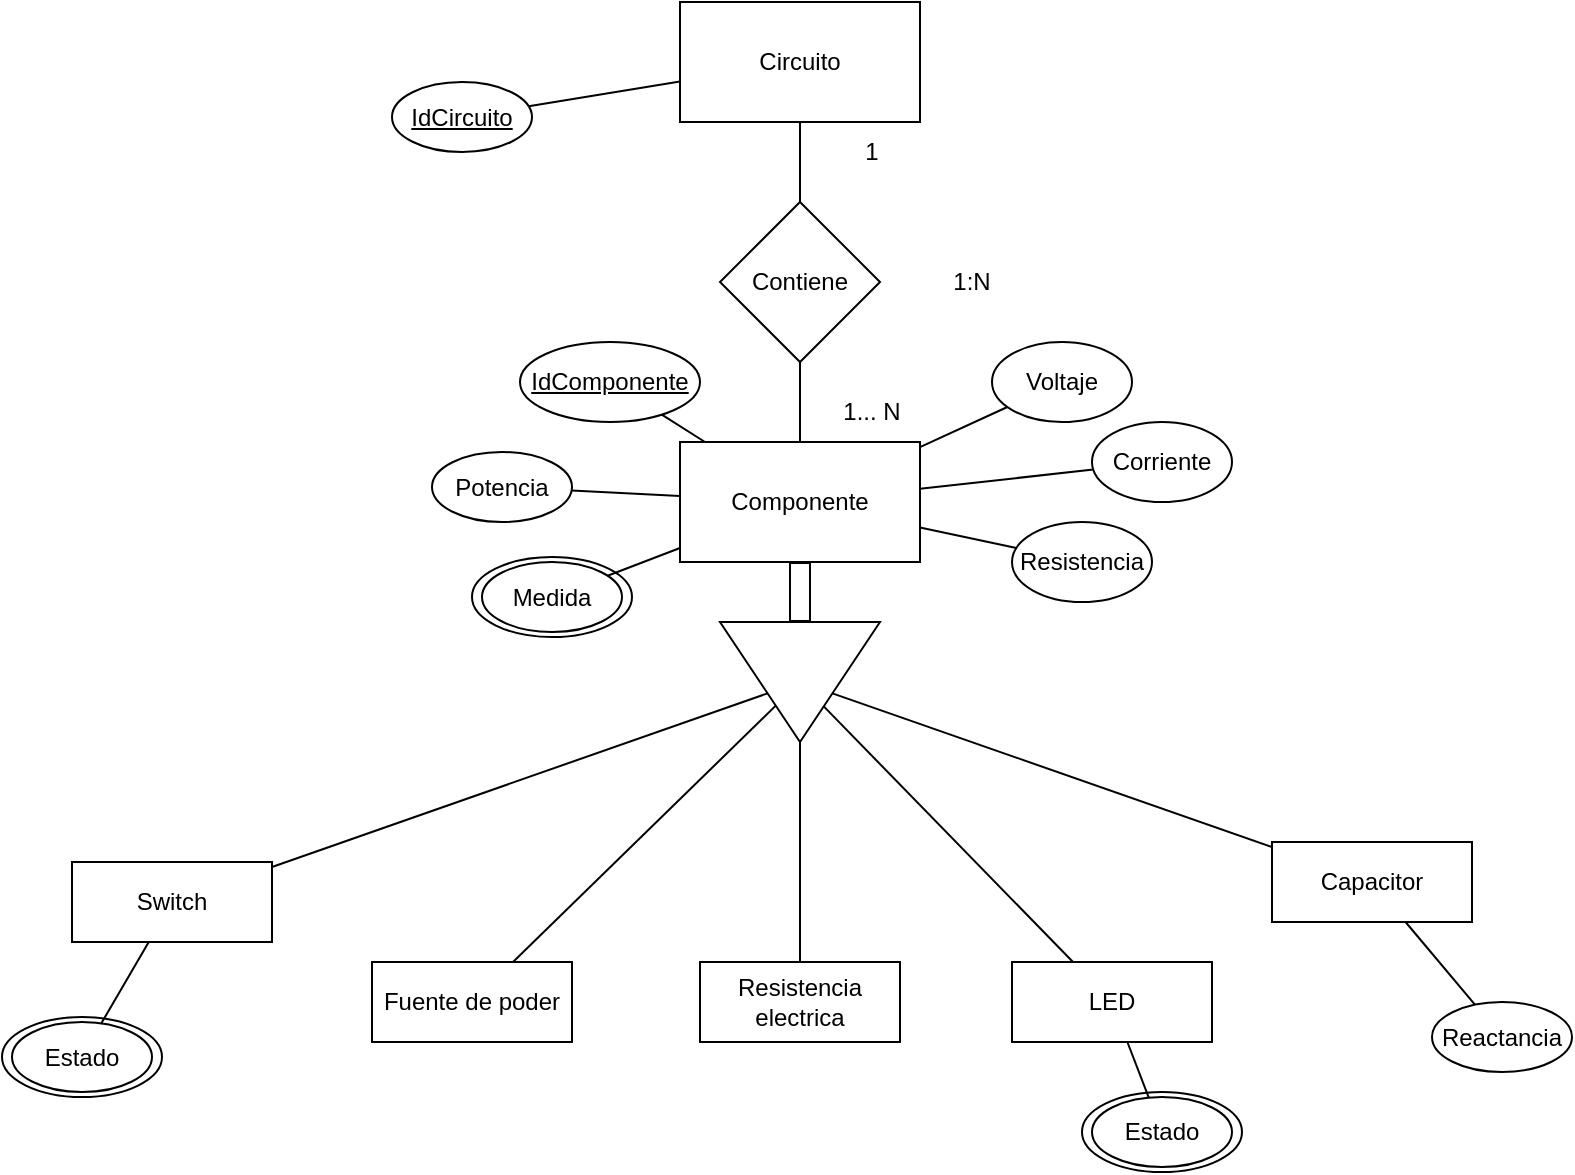
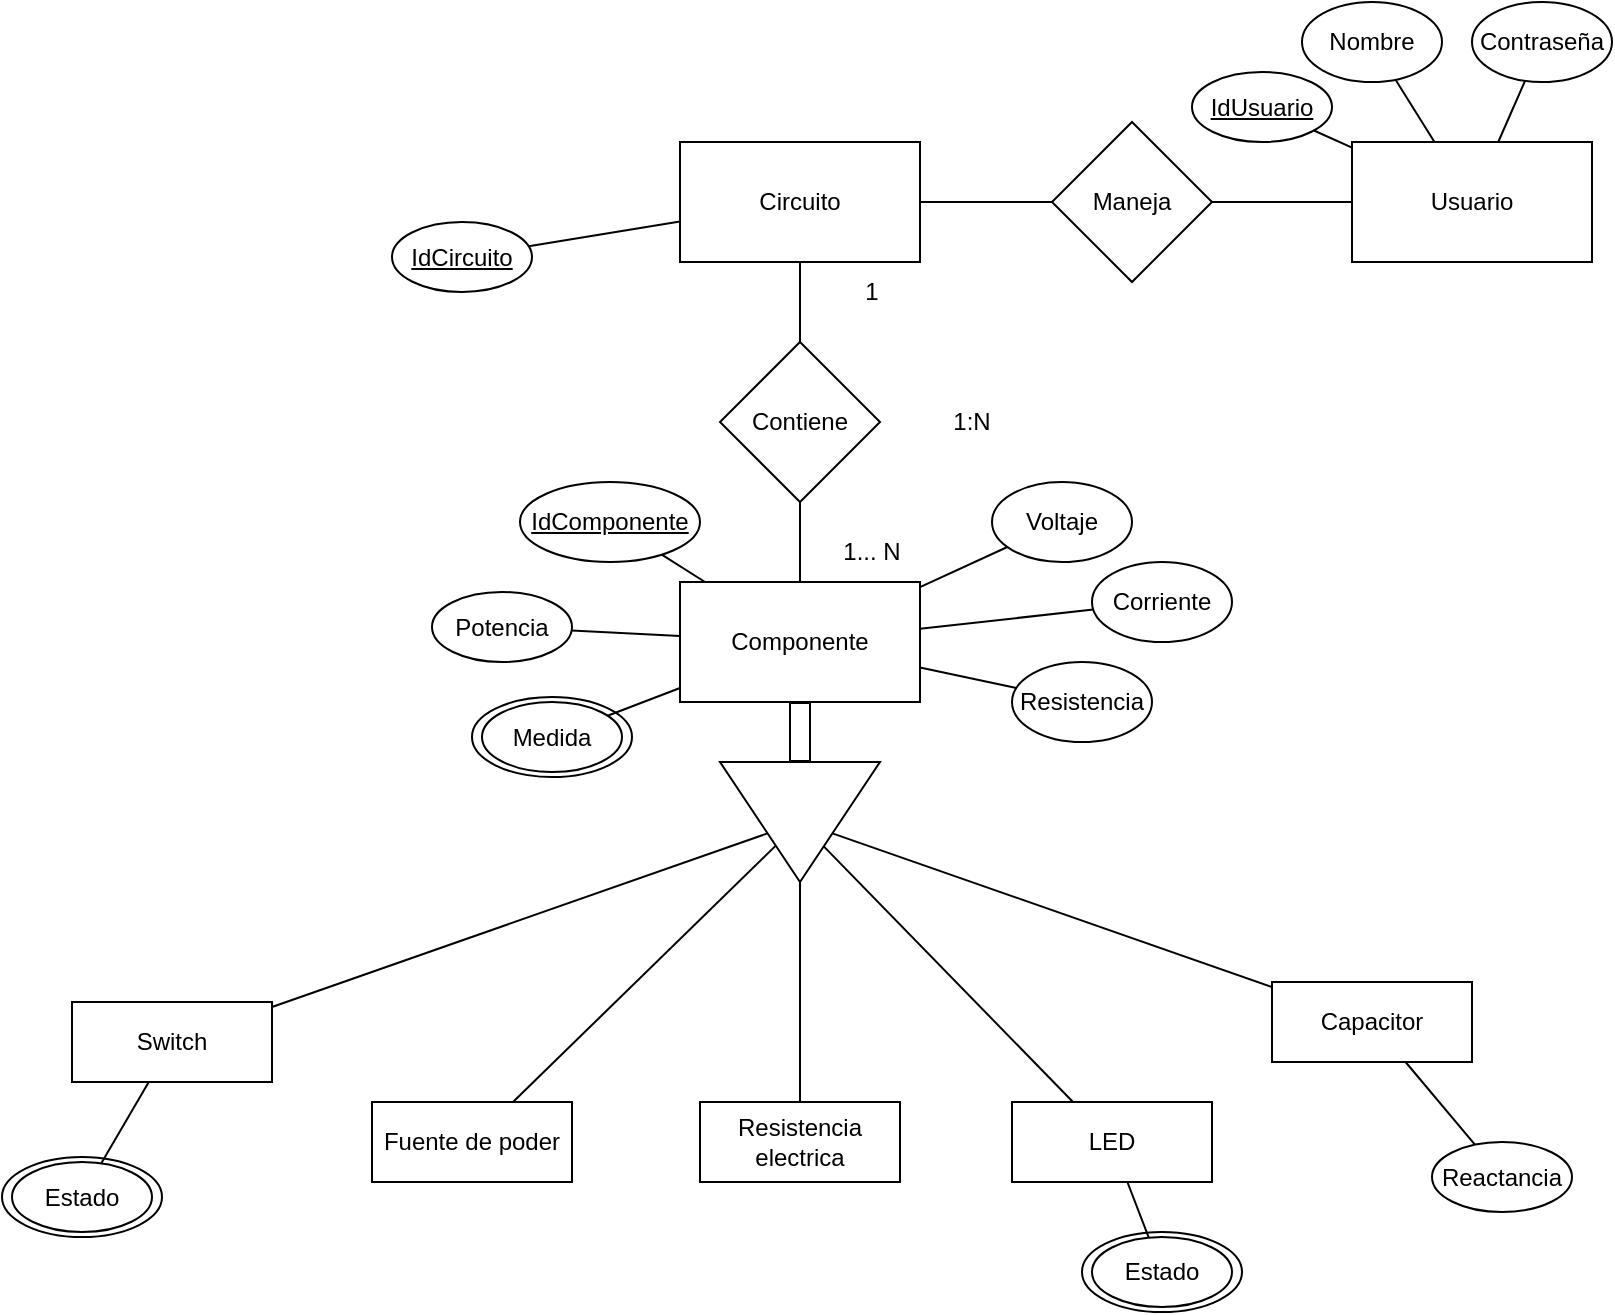
<mxfile host="app.diagrams.net">
  <diagram name="Página-1" id="iLRiqhyfPtyIZIkWEHdb">
-     <mxGraphModel dx="1030" dy="596" grid="1" gridSize="10" guides="1" tooltips="1" connect="1" arrows="1" fold="1" page="1" pageScale="1" pageWidth="827" pageHeight="1169" math="0" shadow="0">
+     <mxGraphModel dx="1212" dy="1870" grid="1" gridSize="10" guides="1" tooltips="1" connect="1" arrows="1" fold="1" page="1" pageScale="1" pageWidth="827" pageHeight="1169" math="0" shadow="0">
      <root>
        <mxCell id="0" />
        <mxCell id="1" parent="0" />
        <mxCell id="mA_T_AMoG6GQEJjMySiZ-33" parent="1" style="ellipse;whiteSpace=wrap;html=1;" value="" vertex="1">
          <mxGeometry height="40" width="80" x="15" y="517.5" as="geometry" />
        </mxCell>
        <mxCell id="mA_T_AMoG6GQEJjMySiZ-19" parent="1" style="ellipse;whiteSpace=wrap;html=1;" value="" vertex="1">
          <mxGeometry height="40" width="80" x="250" y="287.5" as="geometry" />
        </mxCell>
        <mxCell id="mA_T_AMoG6GQEJjMySiZ-1" parent="1" style="rounded=0;whiteSpace=wrap;html=1;" value="Circuito" vertex="1">
          <mxGeometry height="60" width="120" x="354" y="10" as="geometry" />
        </mxCell>
        <mxCell id="mA_T_AMoG6GQEJjMySiZ-2" parent="1" style="rounded=0;whiteSpace=wrap;html=1;" value="Componente" vertex="1">
          <mxGeometry height="60" width="120" x="354" y="230" as="geometry" />
        </mxCell>
        <mxCell id="mA_T_AMoG6GQEJjMySiZ-3" parent="1" style="rhombus;whiteSpace=wrap;html=1;" value="Contiene" vertex="1">
          <mxGeometry height="80" width="80" x="374" y="110" as="geometry" />
        </mxCell>
        <mxCell id="mA_T_AMoG6GQEJjMySiZ-4" edge="1" parent="1" source="mA_T_AMoG6GQEJjMySiZ-3" style="endArrow=none;html=1;rounded=0;" target="mA_T_AMoG6GQEJjMySiZ-1" value="">
          <mxGeometry height="50" relative="1" width="50" as="geometry">
            <mxPoint x="390" y="340" as="sourcePoint" />
            <mxPoint x="440" y="290" as="targetPoint" />
          </mxGeometry>
        </mxCell>
        <mxCell id="mA_T_AMoG6GQEJjMySiZ-5" edge="1" parent="1" source="mA_T_AMoG6GQEJjMySiZ-2" style="endArrow=none;html=1;rounded=0;" target="mA_T_AMoG6GQEJjMySiZ-3" value="">
          <mxGeometry height="50" relative="1" width="50" as="geometry">
            <mxPoint x="390" y="340" as="sourcePoint" />
            <mxPoint x="440" y="290" as="targetPoint" />
          </mxGeometry>
        </mxCell>
        <mxCell id="mA_T_AMoG6GQEJjMySiZ-6" parent="1" style="text;html=1;whiteSpace=wrap;strokeColor=none;fillColor=none;align=center;verticalAlign=middle;rounded=0;" value="1" vertex="1">
          <mxGeometry height="30" width="60" x="420" y="70" as="geometry" />
        </mxCell>
        <mxCell id="mA_T_AMoG6GQEJjMySiZ-7" parent="1" style="text;html=1;whiteSpace=wrap;strokeColor=none;fillColor=none;align=center;verticalAlign=middle;rounded=0;" value="1... N" vertex="1">
          <mxGeometry height="30" width="60" x="420" y="200" as="geometry" />
        </mxCell>
        <mxCell id="mA_T_AMoG6GQEJjMySiZ-8" parent="1" style="text;html=1;whiteSpace=wrap;strokeColor=none;fillColor=none;align=center;verticalAlign=middle;rounded=0;" value="1:N" vertex="1">
          <mxGeometry height="30" width="60" x="470" y="135" as="geometry" />
        </mxCell>
        <mxCell id="mA_T_AMoG6GQEJjMySiZ-9" parent="1" style="ellipse;whiteSpace=wrap;html=1;" value="Voltaje" vertex="1">
          <mxGeometry height="40" width="70" x="510" y="180" as="geometry" />
        </mxCell>
        <mxCell id="mA_T_AMoG6GQEJjMySiZ-10" parent="1" style="ellipse;whiteSpace=wrap;html=1;" value="Corriente" vertex="1">
          <mxGeometry height="40" width="70" x="560" y="220" as="geometry" />
        </mxCell>
        <mxCell id="mA_T_AMoG6GQEJjMySiZ-11" parent="1" style="ellipse;whiteSpace=wrap;html=1;" value="Resistencia" vertex="1">
          <mxGeometry height="40" width="70" x="520" y="270" as="geometry" />
        </mxCell>
        <mxCell id="mA_T_AMoG6GQEJjMySiZ-12" parent="1" style="ellipse;whiteSpace=wrap;html=1;" value="Potencia" vertex="1">
          <mxGeometry height="35" width="70" x="230" y="235" as="geometry" />
        </mxCell>
        <mxCell id="mA_T_AMoG6GQEJjMySiZ-13" parent="1" style="ellipse;whiteSpace=wrap;html=1;" value="Medida" vertex="1">
          <mxGeometry height="35" width="70" x="255" y="290" as="geometry" />
        </mxCell>
        <mxCell id="mA_T_AMoG6GQEJjMySiZ-14" edge="1" parent="1" source="mA_T_AMoG6GQEJjMySiZ-2" style="endArrow=none;html=1;rounded=0;" target="mA_T_AMoG6GQEJjMySiZ-12" value="">
          <mxGeometry height="50" relative="1" width="50" as="geometry">
            <mxPoint x="390" y="340" as="sourcePoint" />
            <mxPoint x="440" y="290" as="targetPoint" />
          </mxGeometry>
        </mxCell>
        <mxCell id="mA_T_AMoG6GQEJjMySiZ-15" edge="1" parent="1" source="mA_T_AMoG6GQEJjMySiZ-13" style="endArrow=none;html=1;rounded=0;" target="mA_T_AMoG6GQEJjMySiZ-2" value="">
          <mxGeometry height="50" relative="1" width="50" as="geometry">
            <mxPoint x="390" y="340" as="sourcePoint" />
            <mxPoint x="440" y="290" as="targetPoint" />
          </mxGeometry>
        </mxCell>
        <mxCell id="mA_T_AMoG6GQEJjMySiZ-16" edge="1" parent="1" source="mA_T_AMoG6GQEJjMySiZ-2" style="endArrow=none;html=1;rounded=0;" target="mA_T_AMoG6GQEJjMySiZ-9" value="">
          <mxGeometry height="50" relative="1" width="50" as="geometry">
            <mxPoint x="390" y="340" as="sourcePoint" />
            <mxPoint x="440" y="290" as="targetPoint" />
          </mxGeometry>
        </mxCell>
        <mxCell id="mA_T_AMoG6GQEJjMySiZ-17" edge="1" parent="1" source="mA_T_AMoG6GQEJjMySiZ-2" style="endArrow=none;html=1;rounded=0;" target="mA_T_AMoG6GQEJjMySiZ-10" value="">
          <mxGeometry height="50" relative="1" width="50" as="geometry">
            <mxPoint x="390" y="340" as="sourcePoint" />
            <mxPoint x="440" y="290" as="targetPoint" />
          </mxGeometry>
        </mxCell>
        <mxCell id="mA_T_AMoG6GQEJjMySiZ-18" edge="1" parent="1" source="mA_T_AMoG6GQEJjMySiZ-2" style="endArrow=none;html=1;rounded=0;" target="mA_T_AMoG6GQEJjMySiZ-11" value="">
          <mxGeometry height="50" relative="1" width="50" as="geometry">
            <mxPoint x="390" y="340" as="sourcePoint" />
            <mxPoint x="440" y="290" as="targetPoint" />
          </mxGeometry>
        </mxCell>
        <mxCell id="mA_T_AMoG6GQEJjMySiZ-20" parent="1" style="triangle;whiteSpace=wrap;html=1;rotation=90;" value="" vertex="1">
          <mxGeometry height="80" width="60" x="384" y="310" as="geometry" />
        </mxCell>
        <mxCell id="mA_T_AMoG6GQEJjMySiZ-21" edge="1" parent="1" source="mA_T_AMoG6GQEJjMySiZ-20" style="shape=flexArrow;endArrow=none;startArrow=none;html=1;rounded=0;startFill=0;endFill=0;" target="mA_T_AMoG6GQEJjMySiZ-2" value="">
          <mxGeometry height="100" relative="1" width="100" as="geometry">
            <mxPoint x="360" y="360" as="sourcePoint" />
            <mxPoint x="460" y="260" as="targetPoint" />
          </mxGeometry>
        </mxCell>
        <mxCell id="mA_T_AMoG6GQEJjMySiZ-22" parent="1" style="rounded=0;whiteSpace=wrap;html=1;" value="Switch" vertex="1">
          <mxGeometry height="40" width="100" x="50" y="440" as="geometry" />
        </mxCell>
        <mxCell id="mA_T_AMoG6GQEJjMySiZ-23" parent="1" style="rounded=0;whiteSpace=wrap;html=1;" value="Fuente de poder" vertex="1">
          <mxGeometry height="40" width="100" x="200" y="490" as="geometry" />
        </mxCell>
        <mxCell id="mA_T_AMoG6GQEJjMySiZ-24" parent="1" style="rounded=0;whiteSpace=wrap;html=1;" value="Resistencia electrica" vertex="1">
          <mxGeometry height="40" width="100" x="364" y="490" as="geometry" />
        </mxCell>
        <mxCell id="mA_T_AMoG6GQEJjMySiZ-25" parent="1" style="rounded=0;whiteSpace=wrap;html=1;" value="LED" vertex="1">
          <mxGeometry height="40" width="100" x="520" y="490" as="geometry" />
        </mxCell>
        <mxCell id="mA_T_AMoG6GQEJjMySiZ-26" parent="1" style="rounded=0;whiteSpace=wrap;html=1;" value="Capacitor" vertex="1">
          <mxGeometry height="40" width="100" x="650" y="430" as="geometry" />
        </mxCell>
        <mxCell id="mA_T_AMoG6GQEJjMySiZ-27" edge="1" parent="1" source="mA_T_AMoG6GQEJjMySiZ-20" style="endArrow=none;html=1;rounded=0;" target="mA_T_AMoG6GQEJjMySiZ-22" value="">
          <mxGeometry height="50" relative="1" width="50" as="geometry">
            <mxPoint x="390" y="330" as="sourcePoint" />
            <mxPoint x="440" y="280" as="targetPoint" />
          </mxGeometry>
        </mxCell>
        <mxCell id="mA_T_AMoG6GQEJjMySiZ-28" edge="1" parent="1" source="mA_T_AMoG6GQEJjMySiZ-20" style="endArrow=none;html=1;rounded=0;" target="mA_T_AMoG6GQEJjMySiZ-24" value="">
          <mxGeometry height="50" relative="1" width="50" as="geometry">
            <mxPoint x="390" y="330" as="sourcePoint" />
            <mxPoint x="440" y="280" as="targetPoint" />
          </mxGeometry>
        </mxCell>
        <mxCell id="mA_T_AMoG6GQEJjMySiZ-29" edge="1" parent="1" source="mA_T_AMoG6GQEJjMySiZ-20" style="endArrow=none;html=1;rounded=0;" target="mA_T_AMoG6GQEJjMySiZ-23" value="">
          <mxGeometry height="50" relative="1" width="50" as="geometry">
            <mxPoint x="390" y="330" as="sourcePoint" />
            <mxPoint x="440" y="280" as="targetPoint" />
          </mxGeometry>
        </mxCell>
        <mxCell id="mA_T_AMoG6GQEJjMySiZ-30" edge="1" parent="1" source="mA_T_AMoG6GQEJjMySiZ-20" style="endArrow=none;html=1;rounded=0;" target="mA_T_AMoG6GQEJjMySiZ-25" value="">
          <mxGeometry height="50" relative="1" width="50" as="geometry">
            <mxPoint x="420" y="350" as="sourcePoint" />
            <mxPoint x="440" y="280" as="targetPoint" />
          </mxGeometry>
        </mxCell>
        <mxCell id="mA_T_AMoG6GQEJjMySiZ-31" edge="1" parent="1" source="mA_T_AMoG6GQEJjMySiZ-20" style="endArrow=none;html=1;rounded=0;" target="mA_T_AMoG6GQEJjMySiZ-26" value="">
          <mxGeometry height="50" relative="1" width="50" as="geometry">
            <mxPoint x="390" y="330" as="sourcePoint" />
            <mxPoint x="440" y="280" as="targetPoint" />
          </mxGeometry>
        </mxCell>
        <mxCell id="mA_T_AMoG6GQEJjMySiZ-32" parent="1" style="ellipse;whiteSpace=wrap;html=1;" value="Estado" vertex="1">
          <mxGeometry height="35" width="70" x="20" y="520" as="geometry" />
        </mxCell>
        <mxCell id="mA_T_AMoG6GQEJjMySiZ-34" parent="1" style="ellipse;whiteSpace=wrap;html=1;" value="" vertex="1">
          <mxGeometry height="40" width="80" x="555" y="555" as="geometry" />
        </mxCell>
        <mxCell id="mA_T_AMoG6GQEJjMySiZ-35" parent="1" style="ellipse;whiteSpace=wrap;html=1;" value="Estado" vertex="1">
          <mxGeometry height="35" width="70" x="560" y="557.5" as="geometry" />
        </mxCell>
        <mxCell id="mA_T_AMoG6GQEJjMySiZ-37" parent="1" style="ellipse;whiteSpace=wrap;html=1;" value="Reactancia" vertex="1">
          <mxGeometry height="35" width="70" x="730" y="510" as="geometry" />
        </mxCell>
        <mxCell id="mA_T_AMoG6GQEJjMySiZ-38" edge="1" parent="1" source="mA_T_AMoG6GQEJjMySiZ-26" style="endArrow=none;html=1;rounded=0;" target="mA_T_AMoG6GQEJjMySiZ-37" value="">
          <mxGeometry height="50" relative="1" width="50" as="geometry">
            <mxPoint x="390" y="330" as="sourcePoint" />
            <mxPoint x="440" y="280" as="targetPoint" />
          </mxGeometry>
        </mxCell>
        <mxCell id="mA_T_AMoG6GQEJjMySiZ-39" edge="1" parent="1" source="mA_T_AMoG6GQEJjMySiZ-25" style="endArrow=none;html=1;rounded=0;" target="mA_T_AMoG6GQEJjMySiZ-35" value="">
          <mxGeometry height="50" relative="1" width="50" as="geometry">
            <mxPoint x="390" y="330" as="sourcePoint" />
            <mxPoint x="440" y="280" as="targetPoint" />
          </mxGeometry>
        </mxCell>
        <mxCell id="mA_T_AMoG6GQEJjMySiZ-40" edge="1" parent="1" source="mA_T_AMoG6GQEJjMySiZ-32" style="endArrow=none;html=1;rounded=0;" target="mA_T_AMoG6GQEJjMySiZ-22" value="">
          <mxGeometry height="50" relative="1" width="50" as="geometry">
            <mxPoint x="390" y="330" as="sourcePoint" />
            <mxPoint x="440" y="280" as="targetPoint" />
          </mxGeometry>
        </mxCell>
        <mxCell id="mA_T_AMoG6GQEJjMySiZ-41" parent="1" style="ellipse;whiteSpace=wrap;html=1;" value="&lt;u&gt;IdCircuito&lt;/u&gt;" vertex="1">
          <mxGeometry height="35" width="70" x="210" y="50" as="geometry" />
        </mxCell>
        <mxCell id="mA_T_AMoG6GQEJjMySiZ-42" parent="1" style="ellipse;whiteSpace=wrap;html=1;" value="&lt;u&gt;IdComponente&lt;/u&gt;" vertex="1">
          <mxGeometry height="40" width="90" x="274" y="180" as="geometry" />
        </mxCell>
        <mxCell id="mA_T_AMoG6GQEJjMySiZ-43" edge="1" parent="1" source="mA_T_AMoG6GQEJjMySiZ-41" style="endArrow=none;html=1;rounded=0;" target="mA_T_AMoG6GQEJjMySiZ-1" value="">
          <mxGeometry height="50" relative="1" width="50" as="geometry">
            <mxPoint x="390" y="330" as="sourcePoint" />
            <mxPoint x="440" y="280" as="targetPoint" />
          </mxGeometry>
        </mxCell>
        <mxCell id="mA_T_AMoG6GQEJjMySiZ-44" edge="1" parent="1" source="mA_T_AMoG6GQEJjMySiZ-42" style="endArrow=none;html=1;rounded=0;" target="mA_T_AMoG6GQEJjMySiZ-2" value="">
          <mxGeometry height="50" relative="1" width="50" as="geometry">
            <mxPoint x="390" y="330" as="sourcePoint" />
            <mxPoint x="440" y="280" as="targetPoint" />
          </mxGeometry>
        </mxCell>
+         <mxCell id="g3s5ZafVS-RqCh2VzyGp-1" parent="1" style="rounded=0;whiteSpace=wrap;html=1;" value="Usuario" vertex="1">
+           <mxGeometry height="60" width="120" x="690" y="10" as="geometry" />
+         </mxCell>
+         <mxCell id="g3s5ZafVS-RqCh2VzyGp-3" edge="1" parent="1" source="g3s5ZafVS-RqCh2VzyGp-2" style="edgeStyle=orthogonalEdgeStyle;rounded=0;orthogonalLoop=1;jettySize=auto;html=1;endArrow=none;endFill=0;" target="g3s5ZafVS-RqCh2VzyGp-1">
+           <mxGeometry relative="1" as="geometry" />
+         </mxCell>
+         <mxCell id="g3s5ZafVS-RqCh2VzyGp-4" edge="1" parent="1" source="g3s5ZafVS-RqCh2VzyGp-2" style="edgeStyle=orthogonalEdgeStyle;rounded=0;orthogonalLoop=1;jettySize=auto;html=1;endArrow=none;endFill=0;" target="mA_T_AMoG6GQEJjMySiZ-1">
+           <mxGeometry relative="1" as="geometry" />
+         </mxCell>
+         <mxCell id="g3s5ZafVS-RqCh2VzyGp-2" parent="1" style="rhombus;whiteSpace=wrap;html=1;" value="Maneja" vertex="1">
+           <mxGeometry height="80" width="80" x="540" as="geometry" />
+         </mxCell>
+         <mxCell id="g3s5ZafVS-RqCh2VzyGp-5" parent="1" style="ellipse;whiteSpace=wrap;html=1;" value="&lt;u&gt;IdUsuario&lt;/u&gt;" vertex="1">
+           <mxGeometry height="35" width="70" x="610" y="-25" as="geometry" />
+         </mxCell>
+         <mxCell id="g3s5ZafVS-RqCh2VzyGp-6" parent="1" style="ellipse;whiteSpace=wrap;html=1;" value="Nombre" vertex="1">
+           <mxGeometry height="40" width="70" x="665" y="-60" as="geometry" />
+         </mxCell>
+         <mxCell id="g3s5ZafVS-RqCh2VzyGp-7" parent="1" style="ellipse;whiteSpace=wrap;html=1;" value="Contraseña" vertex="1">
+           <mxGeometry height="40" width="70" x="750" y="-60" as="geometry" />
+         </mxCell>
+         <mxCell id="g3s5ZafVS-RqCh2VzyGp-9" edge="1" parent="1" source="g3s5ZafVS-RqCh2VzyGp-1" style="endArrow=none;html=1;rounded=0;" target="g3s5ZafVS-RqCh2VzyGp-5" value="">
+           <mxGeometry height="50" relative="1" width="50" as="geometry">
+             <mxPoint x="390" y="-60" as="sourcePoint" />
+             <mxPoint x="440" y="-110" as="targetPoint" />
+           </mxGeometry>
+         </mxCell>
+         <mxCell id="g3s5ZafVS-RqCh2VzyGp-10" edge="1" parent="1" source="g3s5ZafVS-RqCh2VzyGp-1" style="endArrow=none;html=1;rounded=0;" target="g3s5ZafVS-RqCh2VzyGp-6" value="">
+           <mxGeometry height="50" relative="1" width="50" as="geometry">
+             <mxPoint x="390" y="-60" as="sourcePoint" />
+             <mxPoint x="440" y="-110" as="targetPoint" />
+           </mxGeometry>
+         </mxCell>
+         <mxCell id="g3s5ZafVS-RqCh2VzyGp-11" edge="1" parent="1" source="g3s5ZafVS-RqCh2VzyGp-1" style="endArrow=none;html=1;rounded=0;" target="g3s5ZafVS-RqCh2VzyGp-7" value="">
+           <mxGeometry height="50" relative="1" width="50" as="geometry">
+             <mxPoint x="390" y="-60" as="sourcePoint" />
+             <mxPoint x="440" y="-110" as="targetPoint" />
+           </mxGeometry>
+         </mxCell>
      </root>
    </mxGraphModel>
  </diagram>
</mxfile>
